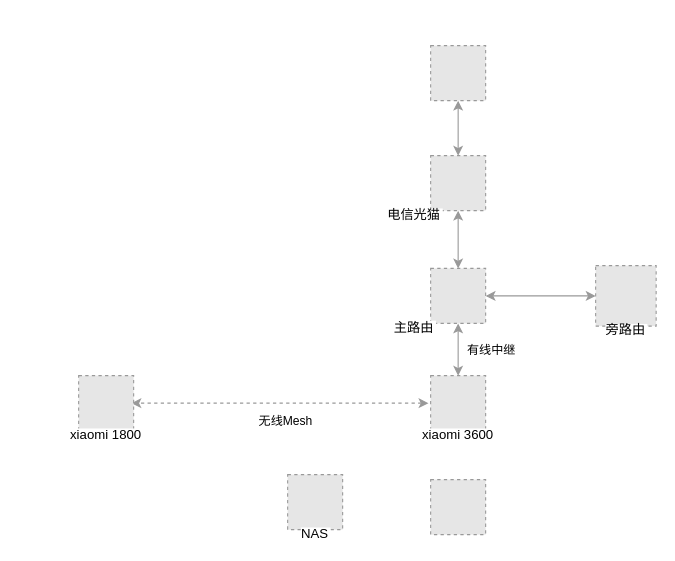
Above: page "第 6 页" (6 of 6) of openwrt.drawio in quboqin/drawio (draw.io), before the change. Source tidied: cells renumbered, new cells numbered last; positions are measured from the earlier drawing's top-left corner, leaving out a move shared by most shapes. Both pictures are drawn from the tidied source at 110%, with x=0, y=0 at pixel (78, 45). Pictures stored in the file or linked from it are replaced by grey dashed boxes.
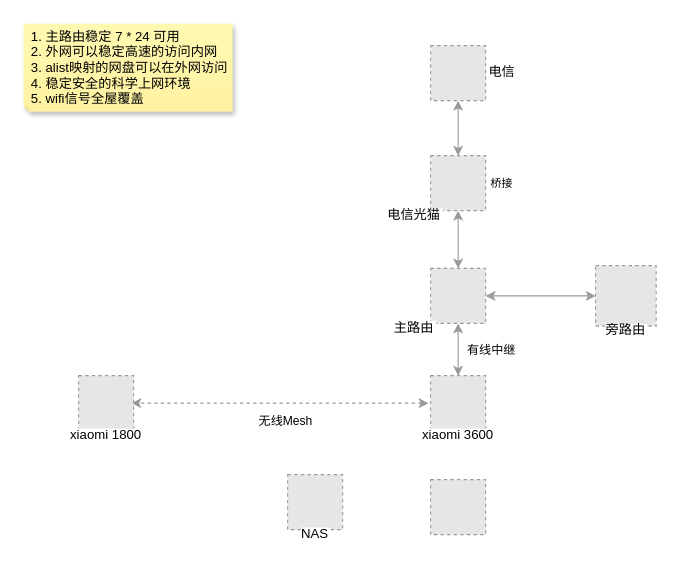
After the change.

Diff of the diagram source:
```diff
@@
 <mxGraphModel>
   <root>
     <mxCell id="0" />
     <mxCell id="1" parent="0" />
     <mxCell id="2" style="edgeStyle=orthogonalEdgeStyle;rounded=0;jettySize=auto;html=1;entryX=0.5;entryY=0;entryDx=0;entryDy=0;startArrow=classic;startFill=1;strokeColor=#999999;" parent="1" edge="1" source="3" target="5">
       <mxGeometry relative="1" as="geometry" />
     </mxCell>
-    <mxCell id="3" style="fillColor=#E6E6E6;strokeColor=#999999;dashed=1;verticalLabelPosition=bottom;labelBackgroundColor=default;verticalAlign=top;" parent="1" vertex="1">
+    <mxCell id="3" value="电信" style="fillColor=#E6E6E6;strokeColor=#999999;dashed=1;verticalLabelPosition=bottom;labelBackgroundColor=default;verticalAlign=top;spacingLeft=80;spacingTop=-40;" parent="1" vertex="1">
       <mxGeometry x="320" width="50" height="50" as="geometry" />
     </mxCell>
     <mxCell id="4" style="edgeStyle=orthogonalEdgeStyle;rounded=0;jettySize=auto;html=1;entryX=0.5;entryY=0;entryDx=0;entryDy=0;startArrow=classic;startFill=1;strokeColor=#999999;" parent="1" edge="1" source="5" target="8">
       <mxGeometry relative="1" as="geometry" />
     </mxCell>
     <mxCell id="5" value="电信光猫" style="fillColor=#E6E6E6;strokeColor=#999999;dashed=1;verticalLabelPosition=bottom;labelBackgroundColor=default;verticalAlign=top;spacingTop=-10;spacingLeft=-80;" parent="1" vertex="1">
       <mxGeometry x="320" y="100" width="50" height="50" as="geometry" />
     </mxCell>
     <mxCell id="6" style="edgeStyle=orthogonalEdgeStyle;rounded=0;jettySize=auto;html=1;startArrow=classic;startFill=1;strokeColor=#999999;" parent="1" edge="1" source="8" target="9">
       <mxGeometry relative="1" as="geometry" />
     </mxCell>
     <mxCell id="7" value="有线中继" style="edgeStyle=orthogonalEdgeStyle;rounded=0;jettySize=auto;html=1;entryX=0.5;entryY=0;entryDx=0;entryDy=0;startArrow=classic;startFill=1;spacingLeft=60;strokeColor=#999999;" parent="1" edge="1" source="8" target="12">
       <mxGeometry relative="1" as="geometry" />
     </mxCell>
     <mxCell id="8" value="主路由" style="fillColor=#E6E6E6;strokeColor=#999999;dashed=1;verticalLabelPosition=bottom;labelBackgroundColor=default;verticalAlign=top;spacingTop=-10;spacingLeft=-80;" parent="1" vertex="1">
       <mxGeometry x="320" y="202.5" width="50" height="50" as="geometry" />
     </mxCell>
     <mxCell id="9" value="旁路由" style="fillColor=#E6E6E6;strokeColor=#999999;dashed=1;verticalLabelPosition=bottom;labelBackgroundColor=default;verticalAlign=top;spacingTop=-10;" parent="1" vertex="1">
       <mxGeometry x="470" y="200" width="55" height="55" as="geometry" />
     </mxCell>
     <mxCell id="10" style="edgeStyle=orthogonalEdgeStyle;rounded=0;orthogonalLoop=1;jettySize=auto;html=1;entryX=1;entryY=0.5;entryDx=0;entryDy=0;dashed=1;startArrow=classic;startFill=1;spacingTop=0;spacingBottom=20;spacingLeft=0;verticalAlign=top;strokeColor=#999999;" parent="1" edge="1">
       <mxGeometry relative="1" as="geometry">
         <mxPoint x="318" y="325" as="sourcePoint" />
         <mxPoint x="48" y="325" as="targetPoint" />
       </mxGeometry>
     </mxCell>
     <mxCell id="11" value="无线Mesh" style="edgeLabel;html=1;align=center;verticalAlign=middle;" parent="10" vertex="1">
       <mxGeometry x="-0.03" y="-3" relative="1" as="geometry">
         <mxPoint y="18" as="offset" />
       </mxGeometry>
     </mxCell>
     <mxCell id="12" value="xiaomi 3600" style="fillColor=#E6E6E6;strokeColor=#999999;dashed=1;verticalLabelPosition=bottom;labelBackgroundColor=default;verticalAlign=top;spacingTop=-10;" parent="1" vertex="1">
       <mxGeometry x="320" y="300" width="50" height="50" as="geometry" />
     </mxCell>
     <mxCell id="13" value="xiaomi 1800" style="fillColor=#E6E6E6;strokeColor=#999999;dashed=1;verticalLabelPosition=bottom;labelBackgroundColor=default;verticalAlign=top;spacingTop=-10;" parent="1" vertex="1">
       <mxGeometry y="300" width="50" height="50" as="geometry" />
     </mxCell>
     <mxCell id="14" value="NAS" style="fillColor=#E6E6E6;strokeColor=#999999;dashed=1;verticalLabelPosition=bottom;labelBackgroundColor=default;verticalAlign=top;spacingTop=-10;" parent="1" vertex="1">
       <mxGeometry x="190" y="390" width="50" height="50" as="geometry" />
     </mxCell>
     <mxCell id="15" style="fillColor=#E6E6E6;strokeColor=#999999;dashed=1;verticalLabelPosition=bottom;labelBackgroundColor=default;verticalAlign=top;" parent="1" vertex="1">
       <mxGeometry x="320" y="394.5" width="50" height="50" as="geometry" />
     </mxCell>
+    <mxCell id="16" value="&lt;span style=&quot;background-color: transparent; color: light-dark(rgb(0, 0, 0), rgb(237, 237, 237));&quot;&gt;1. 主路由稳定 7 * 24 可用&lt;/span&gt;&lt;br&gt;&lt;span style=&quot;background-color: transparent; color: light-dark(rgb(0, 0, 0), rgb(237, 237, 237));&quot;&gt;2. 外网可以稳定高速的访问内网&lt;/span&gt;&lt;div&gt;&lt;span style=&quot;background-color: transparent; color: light-dark(rgb(0, 0, 0), rgb(237, 237, 237));&quot;&gt;3. alist映射的网盘可以在外网访问&lt;/span&gt;&lt;/div&gt;&lt;div&gt;&lt;span style=&quot;background-color: transparent; color: light-dark(rgb(0, 0, 0), rgb(237, 237, 237));&quot;&gt;4. 稳定安全的科学上网环境&lt;/span&gt;&lt;/div&gt;&lt;div&gt;&lt;span style=&quot;background-color: transparent; color: light-dark(rgb(0, 0, 0), rgb(237, 237, 237));&quot;&gt;5. wifi信号全屋覆盖&lt;/span&gt;&lt;/div&gt;" style="shape=note;whiteSpace=wrap;html=1;backgroundOutline=1;fontColor=#000000;darkOpacity=0.05;fillColor=#FFF9B2;strokeColor=none;fillStyle=solid;direction=west;gradientDirection=north;gradientColor=#FFF2A1;shadow=1;size=5;align=left;spacingLeft=5;" parent="1" vertex="1">
+      <mxGeometry x="-50" y="-20" width="190" height="80" as="geometry" />
+    </mxCell>
+    <mxCell id="17" value="桥接" style="text;html=1;align=center;verticalAlign=middle;whiteSpace=wrap;rounded=0;fontSize=10;" parent="1" vertex="1">
+      <mxGeometry x="360" y="110" width="50" height="30" as="geometry" />
+    </mxCell>
   </root>
 </mxGraphModel>
```
